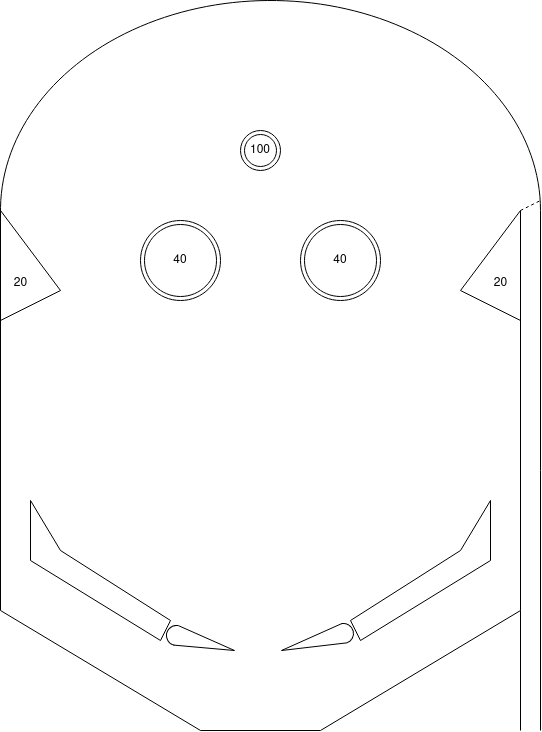
FXzoroark/Pinball-model-checking-M2 keeps this draw.io diagram as pinball-schema.png. Above is the earlier version. Source tidied: cells renumbered, new cells last; positions are measured from the earlier drawing's top-left corner, leaving out a move shared by most shapes.
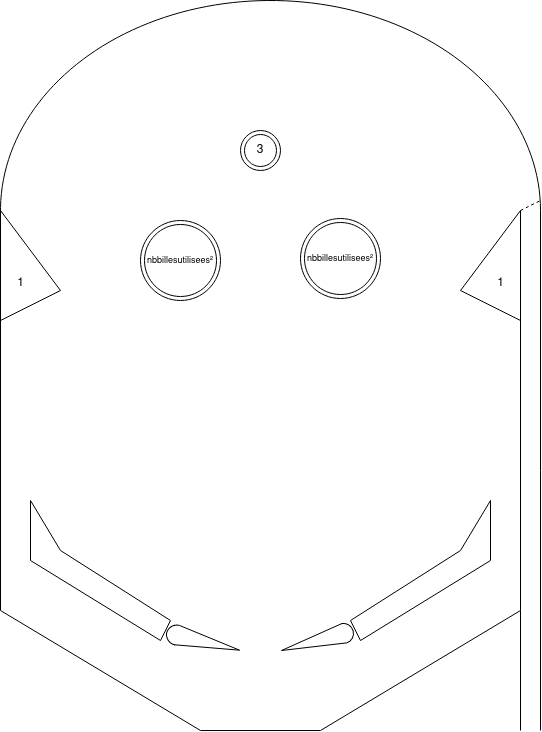
The same diagram one commit later.

Change to the diagram source:
```diff
@@ -53,12 +53,9 @@
         <mxPoint x="540" y="260" as="targetPoint" />
       </mxGeometry>
     </mxCell>
-    <mxCell id="11" value="40" style="ellipse;shape=doubleEllipse;whiteSpace=wrap;html=1;" parent="1" vertex="1">
+    <mxCell id="11" value="&lt;font style=&quot;font-size: 9px;&quot;&gt;nbbillesutilisees²&lt;/font&gt;" style="ellipse;shape=doubleEllipse;whiteSpace=wrap;html=1;" parent="1" vertex="1">
       <mxGeometry x="140" y="280" width="80" height="80" as="geometry" />
     </mxCell>
-    <mxCell id="12" value="40" style="ellipse;shape=doubleEllipse;whiteSpace=wrap;html=1;" parent="1" vertex="1">
-      <mxGeometry x="300" y="280" width="80" height="80" as="geometry" />
-    </mxCell>
     <mxCell id="13" style="group;flipH=1;" parent="1" vertex="1">
       <mxGeometry x="350" y="560" width="140" height="140" as="geometry" />
     </mxCell>
@@ -142,13 +139,13 @@
       </mxGeometry>
     </mxCell>
     <mxCell id="29" style="group;rotation=15;" parent="1" vertex="1">
-      <mxGeometry x="165" y="691" width="70" height="20" as="geometry" />
+      <mxGeometry x="164.9" y="691.7" width="75.3" height="20" as="geometry" />
     </mxCell>
     <mxCell id="30" style="verticalLabelPosition=bottom;verticalAlign=top;html=1;shape=mxgraph.basic.arc;startAngle=0.49308457521666904;endAngle=0.9936371943260041;rotation=15;" parent="29" vertex="1">
-      <mxGeometry x="1" y="-6" width="20" height="20" as="geometry" />
+      <mxGeometry x="1.1" y="-7" width="21.5" height="20" as="geometry" />
     </mxCell>
     <mxCell id="31" style="group;rotation=0;" parent="29" vertex="1">
-      <mxGeometry x="69" y="19" as="geometry" />
+      <mxGeometry x="74.2" y="18" as="geometry" />
     </mxCell>
     <mxCell id="32" style="endArrow=none;html=1;rounded=0;exitX=0.48;exitY=0;exitDx=0;exitDy=0;exitPerimeter=0;" parent="31" edge="1" source="30">
       <mxGeometry relative="1" as="geometry">
@@ -160,7 +157,7 @@
         <mxPoint as="targetPoint" />
       </mxGeometry>
     </mxCell>
-    <mxCell id="34" value="100" style="ellipse;shape=doubleEllipse;whiteSpace=wrap;html=1;" parent="1" vertex="1">
+    <mxCell id="34" value="3" style="ellipse;shape=doubleEllipse;whiteSpace=wrap;html=1;" parent="1" vertex="1">
       <mxGeometry x="240" y="190" width="40" height="40" as="geometry" />
     </mxCell>
     <mxCell id="35" style="endArrow=none;html=1;rounded=0;fillColor=none;" parent="1" edge="1">
@@ -187,11 +184,14 @@
         <mxPoint x="460" y="350" as="targetPoint" />
       </mxGeometry>
     </mxCell>
-    <mxCell id="39" value="20" style="text;html=1;align=center;verticalAlign=middle;strokeColor=none;fillColor=none;" parent="1" vertex="1">
-      <mxGeometry y="328" width="40" height="30" as="geometry" />
+    <mxCell id="39" value="1" style="text;html=1;align=center;verticalAlign=middle;strokeColor=none;fillColor=none;" parent="1" vertex="1">
+      <mxGeometry x="5" y="328" width="30" height="30" as="geometry" />
     </mxCell>
-    <mxCell id="40" value="20" style="text;html=1;align=center;verticalAlign=middle;strokeColor=none;fillColor=none;" parent="1" vertex="1">
-      <mxGeometry x="480" y="328" width="40" height="30" as="geometry" />
+    <mxCell id="40" value="1" style="text;html=1;align=center;verticalAlign=middle;strokeColor=none;fillColor=none;" parent="1" vertex="1">
+      <mxGeometry x="485" y="328" width="30" height="30" as="geometry" />
     </mxCell>
+    <mxCell id="41" value="&lt;font style=&quot;font-size: 9px;&quot;&gt;nbbillesutilisees²&lt;/font&gt;" style="ellipse;shape=doubleEllipse;whiteSpace=wrap;html=1;" parent="1" vertex="1">
+      <mxGeometry x="300" y="278" width="80" height="80" as="geometry" />
+    </mxCell>
   </root>
 </mxGraphModel>
```
